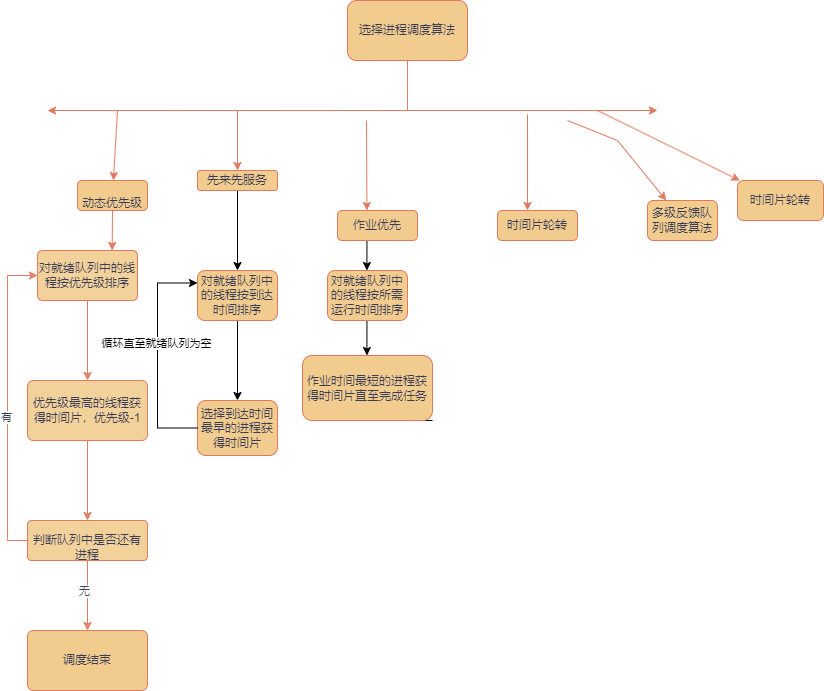
Above: draw.io/进程管理模块.png in Nessential/draw.io (draw.io), before the change. Source tidied: cells renumbered, new cells last; positions are measured from the earlier drawing's top-left corner, leaving out a move shared by most shapes.
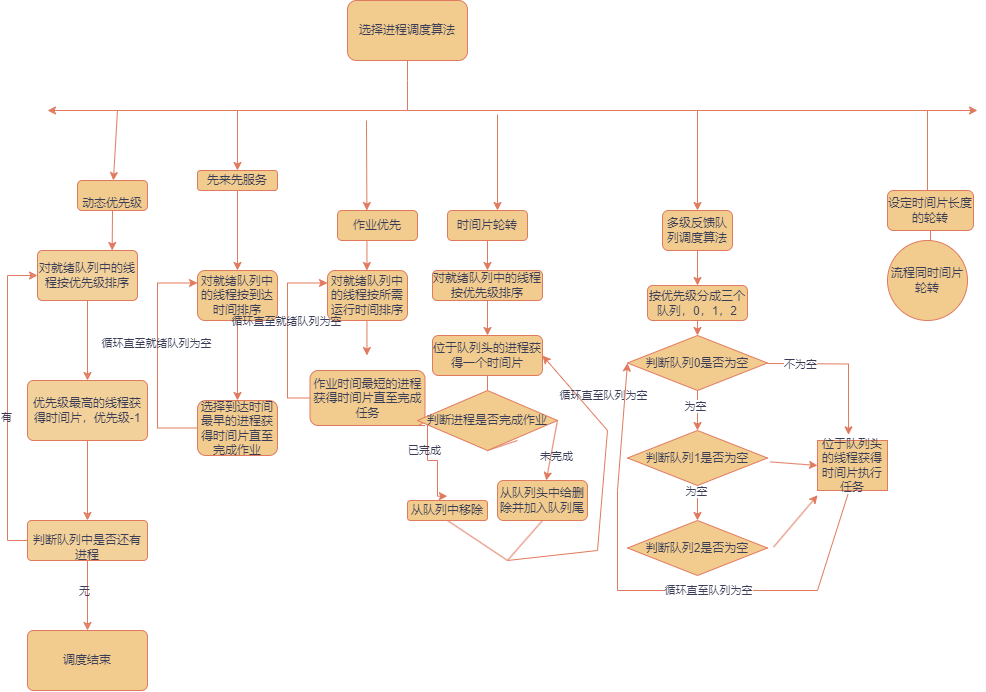
Later version of the same file.

Commit message:
进程管理模块.png

The edit, as a diff of the source:
```diff
@@ -19,3 +19,3 @@
         <mxPoint x="400" y="110" as="sourcePoint" />
-        <mxPoint x="650" y="110" as="targetPoint" />
+        <mxPoint x="970" y="110" as="targetPoint" />
       </mxGeometry>
@@ -30,7 +30,7 @@
       <mxGeometry relative="1" as="geometry">
-        <mxPoint x="520" y="114" as="sourcePoint" />
-        <mxPoint x="520" y="210" as="targetPoint" />
+        <mxPoint x="490" y="114" as="sourcePoint" />
+        <mxPoint x="490" y="210" as="targetPoint" />
       </mxGeometry>
     </mxCell>
-    <mxCell id="7" style="edgeStyle=orthogonalEdgeStyle;rounded=0;orthogonalLoop=1;jettySize=auto;html=1;" parent="1" edge="1">
+    <mxCell id="7" style="edgeStyle=orthogonalEdgeStyle;rounded=0;orthogonalLoop=1;jettySize=auto;html=1;labelBackgroundColor=none;strokeColor=#E07A5F;fontColor=default;" parent="1" edge="1">
       <mxGeometry relative="1" as="geometry">
@@ -43,12 +43,19 @@
     </mxCell>
+    <mxCell id="39" style="edgeStyle=orthogonalEdgeStyle;rounded=0;jettySize=auto;html=1;labelBackgroundColor=none;strokeColor=#E07A5F;fontColor=default;" parent="1" edge="1" source="9" target="45">
+      <mxGeometry relative="1" as="geometry" />
+    </mxCell>
     <mxCell id="9" value="时间片轮转&lt;br&gt;" style="rounded=1;whiteSpace=wrap;html=1;labelBackgroundColor=none;fillColor=#F2CC8F;strokeColor=#E07A5F;fontColor=#393C56;" parent="1" vertex="1">
-      <mxGeometry x="490" y="210" width="80" height="30" as="geometry" />
+      <mxGeometry x="440" y="210" width="80" height="30" as="geometry" />
     </mxCell>
-    <mxCell id="10" style="endArrow=classic;html=1;rounded=0;labelBackgroundColor=none;fontColor=default;strokeColor=#E07A5F;" parent="1" edge="1" target="11">
+    <mxCell id="10" style="endArrow=classic;html=1;rounded=0;labelBackgroundColor=none;fontColor=default;strokeColor=#E07A5F;" parent="1" edge="1">
       <mxGeometry relative="1" as="geometry">
-        <mxPoint x="590" y="110" as="sourcePoint" />
+        <mxPoint x="920" y="110" as="sourcePoint" />
+        <mxPoint x="920" y="230" as="targetPoint" />
       </mxGeometry>
     </mxCell>
+    <mxCell id="40" style="edgeStyle=orthogonalEdgeStyle;rounded=0;jettySize=auto;html=1;strokeColor=#E07A5F;fontColor=#393C56;fillColor=#F2CC8F;" parent="1" edge="1" source="11" target="76">
+      <mxGeometry relative="1" as="geometry" />
+    </mxCell>
-    <mxCell id="11" value="时间片轮转" style="rounded=1;whiteSpace=wrap;html=1;labelBackgroundColor=none;fillColor=#F2CC8F;strokeColor=#E07A5F;fontColor=#393C56;" parent="1" vertex="1">
-      <mxGeometry x="730" y="180" width="86" height="40" as="geometry" />
+    <mxCell id="11" value="设定时间片长度的轮转" style="rounded=1;whiteSpace=wrap;html=1;labelBackgroundColor=none;fillColor=#F2CC8F;strokeColor=#E07A5F;fontColor=#393C56;" parent="1" vertex="1">
+      <mxGeometry x="880" y="190" width="86" height="40" as="geometry" />
     </mxCell>
@@ -56,10 +63,10 @@
       <mxGeometry relative="1" as="geometry">
-        <mxPoint x="560" y="120" as="sourcePoint" />
-        <Array as="points">
-          <mxPoint x="610" y="140" />
-        </Array>
+        <mxPoint x="690" y="110" as="sourcePoint" />
       </mxGeometry>
     </mxCell>
+    <mxCell id="41" style="edgeStyle=orthogonalEdgeStyle;rounded=0;jettySize=auto;html=1;strokeColor=#E07A5F;fontColor=#393C56;fillColor=#F2CC8F;" parent="1" edge="1" source="13" target="60">
+      <mxGeometry relative="1" as="geometry" />
+    </mxCell>
     <mxCell id="13" value="多级反馈队列调度算法" style="rounded=1;whiteSpace=wrap;html=1;labelBackgroundColor=none;fillColor=#F2CC8F;strokeColor=#E07A5F;fontColor=#393C56;" parent="1" vertex="1">
-      <mxGeometry x="640" y="200" width="70" height="40" as="geometry" />
+      <mxGeometry x="655" y="210" width="70" height="40" as="geometry" />
     </mxCell>
@@ -70,3 +77,3 @@
     </mxCell>
-    <mxCell id="15" style="edgeStyle=orthogonalEdgeStyle;rounded=0;jettySize=auto;html=1;" parent="1" edge="1" source="16" target="31">
+    <mxCell id="15" style="edgeStyle=orthogonalEdgeStyle;rounded=0;jettySize=auto;html=1;labelBackgroundColor=none;strokeColor=#E07A5F;fontColor=default;" parent="1" edge="1" source="16" target="31">
       <mxGeometry relative="1" as="geometry" />
@@ -101,6 +108,6 @@
     </mxCell>
-    <mxCell id="24" style="edgeStyle=orthogonalEdgeStyle;rounded=0;jettySize=auto;html=1;strokeColor=#E07A5F;fontColor=#393C56;fillColor=#F2CC8F;arcSize=10;fillOpacity=90;" parent="1" edge="1" source="26" target="29">
+    <mxCell id="24" style="edgeStyle=orthogonalEdgeStyle;rounded=0;jettySize=auto;html=1;strokeColor=#E07A5F;fontColor=default;fillColor=#F2CC8F;arcSize=10;fillOpacity=90;labelBackgroundColor=none;" parent="1" edge="1" source="26" target="29">
       <mxGeometry relative="1" as="geometry" />
     </mxCell>
-    <mxCell id="25" value="无" style="edgeLabel;html=1;align=center;verticalAlign=middle;fontColor=#393C56;arcSize=10;fillOpacity=90;" parent="24" vertex="1">
+    <mxCell id="25" value="无" style="edgeLabel;html=1;align=center;verticalAlign=middle;fontColor=#393C56;arcSize=10;fillOpacity=90;labelBackgroundColor=none;" parent="24" vertex="1">
       <mxGeometry x="-0.12" y="-3" relative="1" as="geometry" />
@@ -110,3 +117,3 @@
     </mxCell>
-    <mxCell id="27" style="endArrow=classic;html=1;rounded=0;strokeColor=#E07A5F;fontColor=#393C56;fillColor=#F2CC8F;edgeStyle=orthogonalEdgeStyle;exitX=0;exitY=0.5;exitDx=0;exitDy=0;entryX=0;entryY=0.5;entryDx=0;entryDy=0;arcSize=10;fillOpacity=90;" parent="1" edge="1" source="26" target="21">
+    <mxCell id="27" style="endArrow=classic;html=1;rounded=0;strokeColor=#E07A5F;fontColor=default;fillColor=#F2CC8F;edgeStyle=orthogonalEdgeStyle;exitX=0;exitY=0.5;exitDx=0;exitDy=0;entryX=0;entryY=0.5;entryDx=0;entryDy=0;arcSize=10;fillOpacity=90;labelBackgroundColor=none;" parent="1" edge="1" source="26" target="21">
       <mxGeometry relative="1" as="geometry">
@@ -118,3 +125,3 @@
     </mxCell>
-    <mxCell id="28" value="有" style="edgeLabel;html=1;align=center;verticalAlign=middle;fontColor=#393C56;arcSize=10;fillOpacity=90;" parent="27" vertex="1">
+    <mxCell id="28" value="有" style="edgeLabel;html=1;align=center;verticalAlign=middle;fontColor=#393C56;arcSize=10;fillOpacity=90;labelBackgroundColor=none;" parent="27" vertex="1">
       <mxGeometry x="-0.09" y="1" relative="1" as="geometry" />
@@ -124,3 +131,3 @@
     </mxCell>
-    <mxCell id="30" style="edgeStyle=orthogonalEdgeStyle;rounded=0;jettySize=auto;html=1;" parent="1" edge="1" source="31" target="32">
+    <mxCell id="30" style="edgeStyle=orthogonalEdgeStyle;rounded=0;jettySize=auto;html=1;labelBackgroundColor=none;strokeColor=#E07A5F;fontColor=default;" parent="1" edge="1" source="31" target="32">
       <mxGeometry relative="1" as="geometry" />
@@ -130,6 +137,6 @@
     </mxCell>
-    <mxCell id="32" value="选择到达时间最早的进程获得时间片" style="whiteSpace=wrap;html=1;fillColor=#F2CC8F;strokeColor=#E07A5F;fontColor=#393C56;rounded=1;labelBackgroundColor=none;" parent="1" vertex="1">
+    <mxCell id="32" value="选择到达时间最早的进程获得时间片直至完成作业" style="whiteSpace=wrap;html=1;fillColor=#F2CC8F;strokeColor=#E07A5F;fontColor=#393C56;rounded=1;labelBackgroundColor=none;" parent="1" vertex="1">
       <mxGeometry x="190" y="400" width="80" height="55" as="geometry" />
     </mxCell>
-    <mxCell id="33" style="edgeStyle=orthogonalEdgeStyle;rounded=0;orthogonalLoop=1;jettySize=auto;html=1;" parent="1" edge="1">
+    <mxCell id="33" style="edgeStyle=orthogonalEdgeStyle;rounded=0;orthogonalLoop=1;jettySize=auto;html=1;labelBackgroundColor=none;strokeColor=#E07A5F;fontColor=default;" parent="1" edge="1">
       <mxGeometry relative="1" as="geometry">
@@ -142,3 +149,3 @@
     </mxCell>
-    <mxCell id="35" style="edgeStyle=orthogonalEdgeStyle;rounded=0;jettySize=auto;html=1;exitX=1;exitY=1;exitDx=0;exitDy=0;" parent="1" edge="1" source="36">
+    <mxCell id="35" style="edgeStyle=orthogonalEdgeStyle;rounded=0;jettySize=auto;html=1;exitX=1;exitY=1;exitDx=0;exitDy=0;labelBackgroundColor=none;strokeColor=#E07A5F;fontColor=default;" parent="1" edge="1" source="36">
       <mxGeometry relative="1" as="geometry">
@@ -148,5 +155,5 @@
     <mxCell id="36" value="作业时间最短的进程获得时间片直至完成任务" style="whiteSpace=wrap;html=1;fillColor=#F2CC8F;strokeColor=#E07A5F;fontColor=#393C56;rounded=1;labelBackgroundColor=none;" parent="1" vertex="1">
-      <mxGeometry x="295" y="355" width="130" height="65" as="geometry" />
+      <mxGeometry x="302.5" y="370" width="115" height="55" as="geometry" />
     </mxCell>
-    <mxCell id="37" style="endArrow=classic;html=1;rounded=0;edgeStyle=elbowEdgeStyle;elbow=vertical;entryX=0;entryY=0.25;entryDx=0;entryDy=0;exitX=0;exitY=0.5;exitDx=0;exitDy=0;" parent="1" edge="1" source="32" target="31">
+    <mxCell id="37" style="endArrow=classic;html=1;rounded=0;edgeStyle=elbowEdgeStyle;elbow=vertical;entryX=0;entryY=0.25;entryDx=0;entryDy=0;exitX=0;exitY=0.5;exitDx=0;exitDy=0;labelBackgroundColor=none;strokeColor=#E07A5F;fontColor=default;" parent="1" edge="1" source="32" target="31">
       <mxGeometry relative="1" as="geometry">
@@ -157,5 +164,147 @@
     </mxCell>
-    <mxCell id="38" value="循环直至就绪队列为空" style="edgeLabel;html=1;align=center;verticalAlign=middle;" parent="37" vertex="1">
+    <mxCell id="38" value="循环直至就绪队列为空" style="edgeLabel;html=1;align=center;verticalAlign=middle;labelBackgroundColor=none;fontColor=#393C56;" parent="37" vertex="1">
       <mxGeometry x="0.11" y="1" relative="1" as="geometry" />
     </mxCell>
+    <mxCell id="42" style="endArrow=classic;html=1;rounded=0;edgeStyle=elbowEdgeStyle;elbow=vertical;entryX=0;entryY=0.25;entryDx=0;entryDy=0;exitX=0;exitY=0.5;exitDx=0;exitDy=0;labelBackgroundColor=none;strokeColor=#E07A5F;fontColor=default;" parent="1" edge="1" source="36" target="34">
+      <mxGeometry relative="1" as="geometry">
+        <Array as="points">
+          <mxPoint x="280" y="340" />
+        </Array>
+      </mxGeometry>
+    </mxCell>
+    <mxCell id="43" value="循环直至就绪队列为空" style="edgeLabel;html=1;align=center;verticalAlign=middle;labelBackgroundColor=none;fontColor=#393C56;" parent="42" vertex="1">
+      <mxGeometry x="0.11" y="1" relative="1" as="geometry" />
+    </mxCell>
+    <mxCell id="44" style="edgeStyle=orthogonalEdgeStyle;rounded=0;jettySize=auto;html=1;labelBackgroundColor=none;strokeColor=#E07A5F;fontColor=default;" parent="1" edge="1" source="45" target="46">
+      <mxGeometry relative="1" as="geometry" />
+    </mxCell>
+    <mxCell id="45" value="对就绪队列中的线程按优先级排序" style="whiteSpace=wrap;html=1;fillColor=#F2CC8F;strokeColor=#E07A5F;fontColor=#393C56;rounded=1;labelBackgroundColor=none;" parent="1" vertex="1">
+      <mxGeometry x="425" y="270" width="110" height="30" as="geometry" />
+    </mxCell>
+    <mxCell id="46" value="位于队列头的进程获得一个时间片" style="whiteSpace=wrap;html=1;fillColor=#F2CC8F;strokeColor=#E07A5F;fontColor=#393C56;rounded=1;labelBackgroundColor=none;" parent="1" vertex="1">
+      <mxGeometry x="425" y="335" width="110" height="40" as="geometry" />
+    </mxCell>
+    <mxCell id="47" style="endArrow=none;html=1;rounded=0;entryX=0.5;entryY=1;entryDx=0;entryDy=0;labelBackgroundColor=none;strokeColor=#E07A5F;fontColor=default;" parent="1" edge="1" source="51" target="46">
+      <mxGeometry relative="1" as="geometry" />
+    </mxCell>
+    <mxCell id="48" style="endArrow=none;html=1;rounded=0;entryX=0.5;entryY=1;entryDx=0;entryDy=0;labelBackgroundColor=none;strokeColor=#E07A5F;fontColor=default;" parent="1" edge="1" target="51">
+      <mxGeometry relative="1" as="geometry">
+        <mxPoint x="510" y="440" as="sourcePoint" />
+      </mxGeometry>
+    </mxCell>
+    <mxCell id="49" style="edgeStyle=orthogonalEdgeStyle;rounded=0;jettySize=auto;html=1;exitX=0;exitY=0.5;exitDx=0;exitDy=0;labelBackgroundColor=none;strokeColor=#E07A5F;fontColor=default;entryX=0.498;entryY=-0.216;entryDx=0;entryDy=0;entryPerimeter=0;" parent="1" edge="1" source="51" target="54">
+      <mxGeometry relative="1" as="geometry">
+        <Array as="points">
+          <mxPoint x="420" y="420" />
+          <mxPoint x="420" y="460" />
+          <mxPoint x="430" y="460" />
+          <mxPoint x="430" y="496" />
+        </Array>
+      </mxGeometry>
+    </mxCell>
+    <mxCell id="50" value="已完成" style="edgeLabel;html=1;align=center;verticalAlign=middle;labelBackgroundColor=none;fontColor=#393C56;" parent="49" vertex="1">
+      <mxGeometry x="0.17" relative="1" as="geometry">
+        <mxPoint x="-13" y="-12" as="offset" />
+      </mxGeometry>
+    </mxCell>
+    <mxCell id="51" value="判断进程是否完成作业" style="rhombus;whiteSpace=wrap;html=1;fillColor=#F2CC8F;strokeColor=#E07A5F;labelBackgroundColor=none;fontColor=#393C56;" parent="1" vertex="1">
+      <mxGeometry x="410" y="390" width="140" height="60" as="geometry" />
+    </mxCell>
+    <mxCell id="52" style="endArrow=classic;html=1;rounded=0;exitX=1;exitY=0.5;exitDx=0;exitDy=0;labelBackgroundColor=none;strokeColor=#E07A5F;fontColor=default;" parent="1" edge="1" source="51" target="55">
+      <mxGeometry relative="1" as="geometry" />
+    </mxCell>
+    <mxCell id="53" value="未完成" style="edgeLabel;html=1;align=center;verticalAlign=middle;labelBackgroundColor=none;fontColor=#393C56;" parent="52" vertex="1">
+      <mxGeometry x="0.14" y="5" relative="1" as="geometry" />
+    </mxCell>
+    <mxCell id="54" value="从队列中移除" style="rounded=1;whiteSpace=wrap;html=1;fillColor=#F2CC8F;fontColor=#393C56;strokeColor=#E07A5F;labelBackgroundColor=none;" parent="1" vertex="1">
+      <mxGeometry x="400" y="500" width="80" height="20" as="geometry" />
+    </mxCell>
+    <mxCell id="55" value="从队列头中给删除并加入队列尾" style="rounded=1;whiteSpace=wrap;html=1;fillColor=#F2CC8F;strokeColor=#E07A5F;labelBackgroundColor=none;fontColor=#393C56;" parent="1" vertex="1">
+      <mxGeometry x="490" y="480" width="90" height="40" as="geometry" />
+    </mxCell>
+    <mxCell id="56" style="endArrow=none;html=1;rounded=0;entryX=0.5;entryY=1;entryDx=0;entryDy=0;labelBackgroundColor=none;strokeColor=#E07A5F;fontColor=default;" parent="1" edge="1" target="54">
+      <mxGeometry relative="1" as="geometry">
+        <mxPoint x="500" y="560" as="sourcePoint" />
+      </mxGeometry>
+    </mxCell>
+    <mxCell id="57" style="endArrow=none;html=1;rounded=0;entryX=0.5;entryY=1;entryDx=0;entryDy=0;labelBackgroundColor=none;strokeColor=#E07A5F;fontColor=default;" parent="1" edge="1" target="55">
+      <mxGeometry relative="1" as="geometry">
+        <mxPoint x="500" y="560" as="sourcePoint" />
+      </mxGeometry>
+    </mxCell>
+    <mxCell id="58" style="endArrow=classic;html=1;rounded=0;entryX=1;entryY=0.5;entryDx=0;entryDy=0;labelBackgroundColor=none;strokeColor=#E07A5F;fontColor=default;" parent="1" edge="1" target="46">
+      <mxGeometry relative="1" as="geometry">
+        <mxPoint x="500" y="560" as="sourcePoint" />
+        <Array as="points">
+          <mxPoint x="590" y="550" />
+          <mxPoint x="600" y="430" />
+        </Array>
+      </mxGeometry>
+    </mxCell>
+    <mxCell id="59" value="循环直至队列为空" style="edgeLabel;html=1;align=center;verticalAlign=middle;labelBackgroundColor=none;fontColor=#393C56;" parent="58" vertex="1">
+      <mxGeometry x="0.05" y="-4" relative="1" as="geometry">
+        <mxPoint x="-4" y="-83" as="offset" />
+      </mxGeometry>
+    </mxCell>
+    <mxCell id="60" value="按优先级分成三个队列，0，1，2" style="whiteSpace=wrap;html=1;fillColor=#F2CC8F;strokeColor=#E07A5F;fontColor=#393C56;rounded=1;labelBackgroundColor=none;" parent="1" vertex="1">
+      <mxGeometry x="640" y="285" width="100" height="35" as="geometry" />
+    </mxCell>
+    <mxCell id="61" style="edgeStyle=orthogonalEdgeStyle;rounded=0;jettySize=auto;html=1;strokeColor=#E07A5F;fontColor=#393C56;fillColor=#F2CC8F;" parent="1" edge="1" source="63" target="67">
+      <mxGeometry relative="1" as="geometry" />
+    </mxCell>
+    <mxCell id="62" value="为空" style="edgeLabel;html=1;align=center;verticalAlign=middle;fontColor=#393C56;" parent="61" vertex="1">
+      <mxGeometry x="-0.19" y="-2" relative="1" as="geometry" />
+    </mxCell>
+    <mxCell id="63" value="判断队列0是否为空" style="rhombus;whiteSpace=wrap;html=1;strokeColor=#E07A5F;fontColor=#393C56;fillColor=#F2CC8F;" parent="1" vertex="1">
+      <mxGeometry x="620" y="335" width="140" height="55" as="geometry" />
+    </mxCell>
+    <mxCell id="64" style="endArrow=classic;html=1;rounded=0;strokeColor=#E07A5F;fontColor=#393C56;fillColor=#F2CC8F;exitX=0.5;exitY=1;exitDx=0;exitDy=0;entryX=0.5;entryY=0;entryDx=0;entryDy=0;" parent="1" edge="1" source="60" target="63">
+      <mxGeometry relative="1" as="geometry" />
+    </mxCell>
+    <mxCell id="65" style="edgeStyle=orthogonalEdgeStyle;rounded=0;jettySize=auto;html=1;strokeColor=#E07A5F;fontColor=#393C56;fillColor=#F2CC8F;" parent="1" edge="1" source="67" target="68">
+      <mxGeometry relative="1" as="geometry" />
+    </mxCell>
+    <mxCell id="66" value="为空" style="edgeLabel;html=1;align=center;verticalAlign=middle;fontColor=#393C56;" parent="65" vertex="1">
+      <mxGeometry x="-0.76" y="-1" relative="1" as="geometry" />
+    </mxCell>
+    <mxCell id="67" value="判断队列1是否为空" style="rhombus;whiteSpace=wrap;html=1;strokeColor=#E07A5F;fontColor=#393C56;fillColor=#F2CC8F;" parent="1" vertex="1">
+      <mxGeometry x="620" y="430" width="140" height="55" as="geometry" />
+    </mxCell>
+    <mxCell id="68" value="判断队列2是否为空" style="rhombus;whiteSpace=wrap;html=1;strokeColor=#E07A5F;fontColor=#393C56;fillColor=#F2CC8F;" parent="1" vertex="1">
+      <mxGeometry x="620" y="520" width="140" height="55" as="geometry" />
+    </mxCell>
+    <mxCell id="69" value="位于队列头的线程获得时间片执行任务" style="rounded=0;whiteSpace=wrap;html=1;strokeColor=#E07A5F;fontColor=#393C56;fillColor=#F2CC8F;" parent="1" vertex="1">
+      <mxGeometry x="810" y="440" width="70" height="50" as="geometry" />
+    </mxCell>
+    <mxCell id="70" style="endArrow=classic;html=1;rounded=0;strokeColor=#E07A5F;fontColor=#393C56;fillColor=#F2CC8F;edgeStyle=orthogonalEdgeStyle;entryX=0.443;entryY=-0.113;entryDx=0;entryDy=0;entryPerimeter=0;" parent="1" edge="1" target="69">
+      <mxGeometry relative="1" as="geometry">
+        <mxPoint x="760" y="363" as="sourcePoint" />
+      </mxGeometry>
+    </mxCell>
+    <mxCell id="71" value="不为空" style="edgeLabel;html=1;align=center;verticalAlign=middle;fontColor=#393C56;" parent="70" vertex="1">
+      <mxGeometry x="-0.58" relative="1" as="geometry" />
+    </mxCell>
+    <mxCell id="72" style="endArrow=classic;html=1;rounded=0;strokeColor=#E07A5F;fontColor=#393C56;fillColor=#F2CC8F;entryX=0;entryY=0.5;entryDx=0;entryDy=0;exitX=0.436;exitY=1.071;exitDx=0;exitDy=0;exitPerimeter=0;" parent="1" edge="1" source="69" target="63">
+      <mxGeometry relative="1" as="geometry">
+        <Array as="points">
+          <mxPoint x="810" y="590" />
+          <mxPoint x="610" y="590" />
+          <mxPoint x="610" y="490" />
+        </Array>
+      </mxGeometry>
+    </mxCell>
+    <mxCell id="73" value="循环直至队列为空" style="edgeLabel;html=1;align=center;verticalAlign=middle;fontColor=#393C56;" parent="72" vertex="1">
+      <mxGeometry x="-0.1" y="-3" relative="1" as="geometry">
+        <mxPoint x="27" y="3" as="offset" />
+      </mxGeometry>
+    </mxCell>
+    <mxCell id="74" style="endArrow=classic;html=1;rounded=0;strokeColor=#E07A5F;fontColor=#393C56;fillColor=#F2CC8F;entryX=0;entryY=0.5;entryDx=0;entryDy=0;exitX=1.021;exitY=0.571;exitDx=0;exitDy=0;exitPerimeter=0;" parent="1" edge="1" source="67" target="69">
+      <mxGeometry relative="1" as="geometry" />
+    </mxCell>
+    <mxCell id="75" style="endArrow=classic;html=1;rounded=0;strokeColor=#E07A5F;fontColor=#393C56;fillColor=#F2CC8F;entryX=0.001;entryY=1.095;entryDx=0;entryDy=0;entryPerimeter=0;exitX=1.044;exitY=0.481;exitDx=0;exitDy=0;exitPerimeter=0;" parent="1" edge="1" source="68" target="69">
+      <mxGeometry relative="1" as="geometry" />
+    </mxCell>
+    <mxCell id="76" value="流程同时间片轮转" style="ellipse;whiteSpace=wrap;html=1;fillColor=#F2CC8F;strokeColor=#E07A5F;fontColor=#393C56;rounded=1;labelBackgroundColor=none;" parent="1" vertex="1">
+      <mxGeometry x="880" y="240" width="80" height="80" as="geometry" />
+    </mxCell>
   </root>
```
